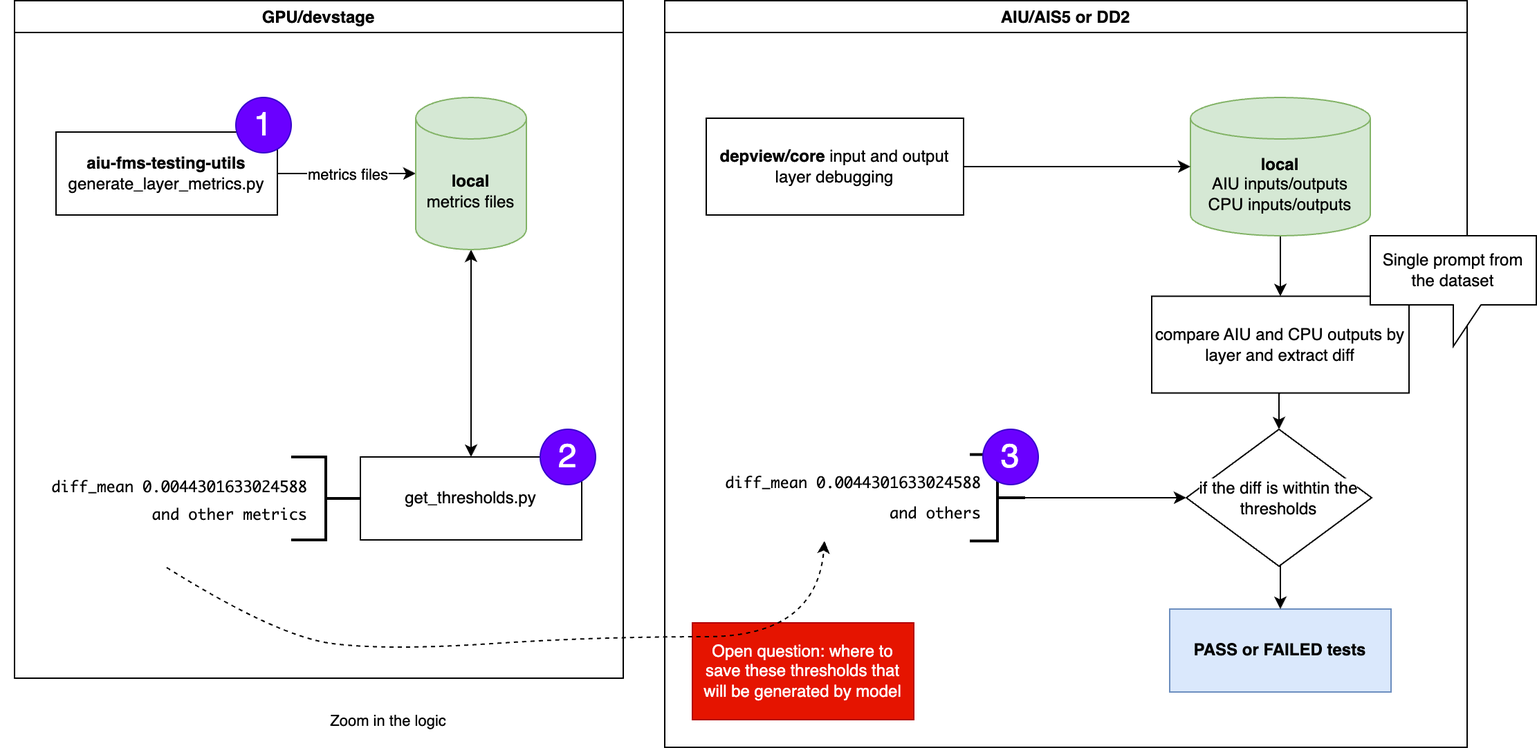
tharapalanivel/aiu-fms-testing-utils keeps this draw.io diagram as tests/resources/assets/metrics_fms_deepview_integration.zoom.png. Above is the earlier version. Source tidied: cells renumbered, new cells last; positions are measured from the earlier drawing's top-left corner, leaving out a move shared by most shapes.
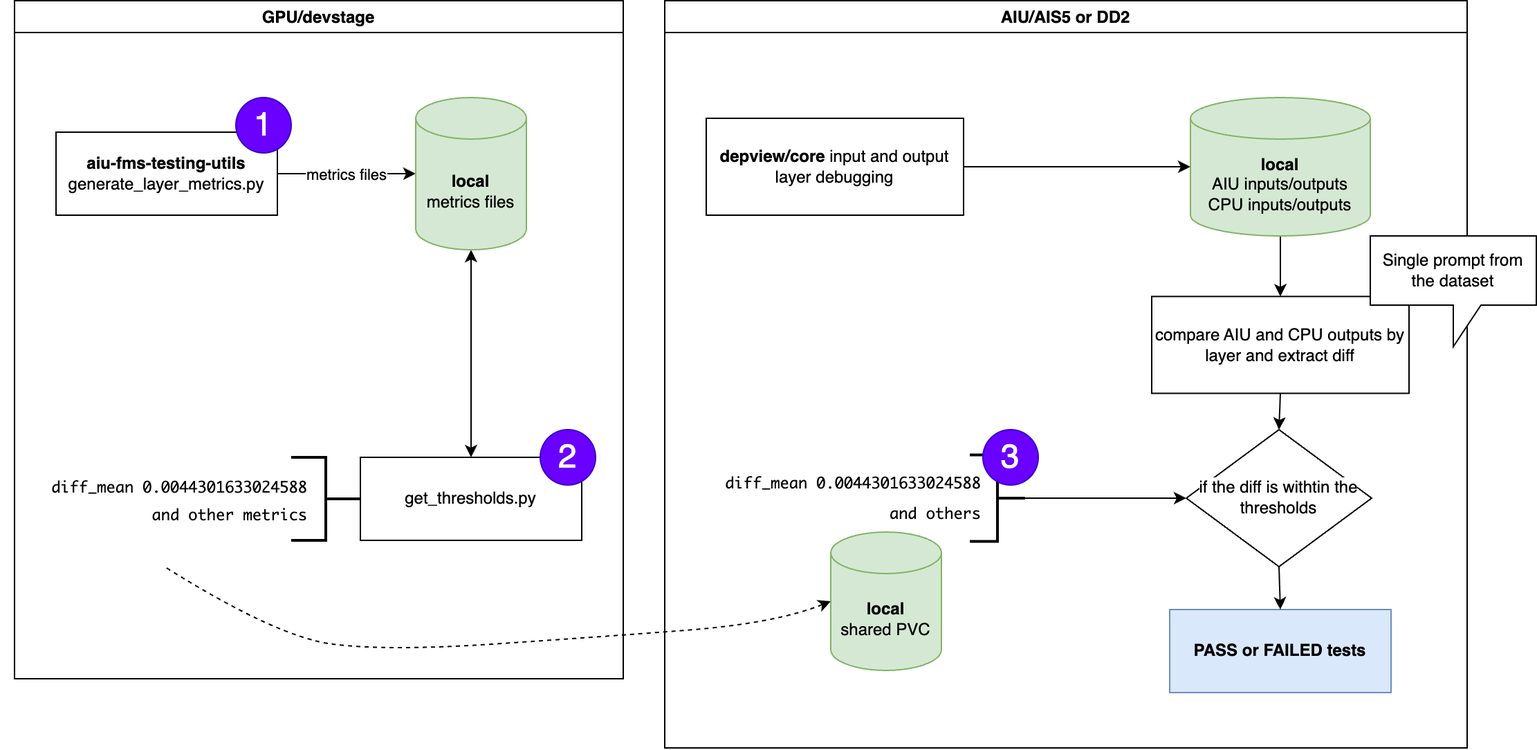
The same file after the commit.

The edit, as a diff of the source:
```diff
@@ -82,24 +82,21 @@
     <mxCell id="27" style="edgeStyle=orthogonalEdgeStyle;rounded=0;jettySize=auto;html=1;exitX=0;exitY=0.5;exitDx=0;exitDy=0;exitPerimeter=0;entryX=0;entryY=0.5;entryDx=0;entryDy=0;" parent="13" edge="1" source="17" target="26">
       <mxGeometry relative="1" as="geometry" />
     </mxCell>
-    <mxCell id="28" value="Open question: where to save these thresholds that will be generated by model" style="rounded=0;whiteSpace=wrap;html=1;fillColor=#e51400;fontColor=#ffffff;strokeColor=#B20000;" parent="13" vertex="1">
-      <mxGeometry x="20" y="450" width="160" height="70" as="geometry" />
+    <mxCell id="28" value="&lt;div&gt;&lt;b&gt;local&lt;/b&gt;&lt;/div&gt;shared PVC" style="shape=cylinder3;whiteSpace=wrap;html=1;boundedLbl=1;backgroundOutline=1;size=15;fillColor=#d5e8d4;strokeColor=#82b366;" parent="13" vertex="1">
+      <mxGeometry x="120" y="384" width="80" height="100" as="geometry" />
     </mxCell>
-    <mxCell id="29" style="curved=1;endArrow=classic;html=1;rounded=0;exitX=0.5;exitY=1;exitDx=0;exitDy=0;entryX=0.5;entryY=1;entryDx=0;entryDy=0;dashed=1;" parent="1" edge="1" source="10" target="18">
+    <mxCell id="29" style="curved=1;endArrow=classic;html=1;rounded=0;exitX=0.5;exitY=1;exitDx=0;exitDy=0;entryX=0;entryY=0.5;entryDx=0;entryDy=0;dashed=1;entryPerimeter=0;" parent="1" edge="1" source="10" target="28">
       <mxGeometry relative="1" as="geometry">
         <Array as="points">
           <mxPoint x="200" y="460" />
           <mxPoint x="280" y="470" />
           <mxPoint x="430" y="460" />
-          <mxPoint x="590" y="460" />
+          <mxPoint x="560" y="450" />
         </Array>
       </mxGeometry>
     </mxCell>
-    <mxCell id="30" value="Zoom in the logic" style="edgeLabel;html=1;align=center;verticalAlign=middle;" parent="1" vertex="1">
-      <mxGeometry x="279" y="520" as="geometry" />
+    <mxCell id="30" value="Single prompt from the dataset" style="shape=callout;whiteSpace=wrap;html=1;perimeter=calloutPerimeter;rotation=0;" parent="1" vertex="1">
+      <mxGeometry x="990" y="170" width="120" height="80" as="geometry" />
     </mxCell>
-    <mxCell id="31" value="Single prompt from the dataset" style="shape=callout;whiteSpace=wrap;html=1;perimeter=calloutPerimeter;rotation=0;" parent="1" vertex="1">
-      <mxGeometry x="990" y="170" width="120" height="80" as="geometry" />
-    </mxCell>
   </root>
 </mxGraphModel>
```
